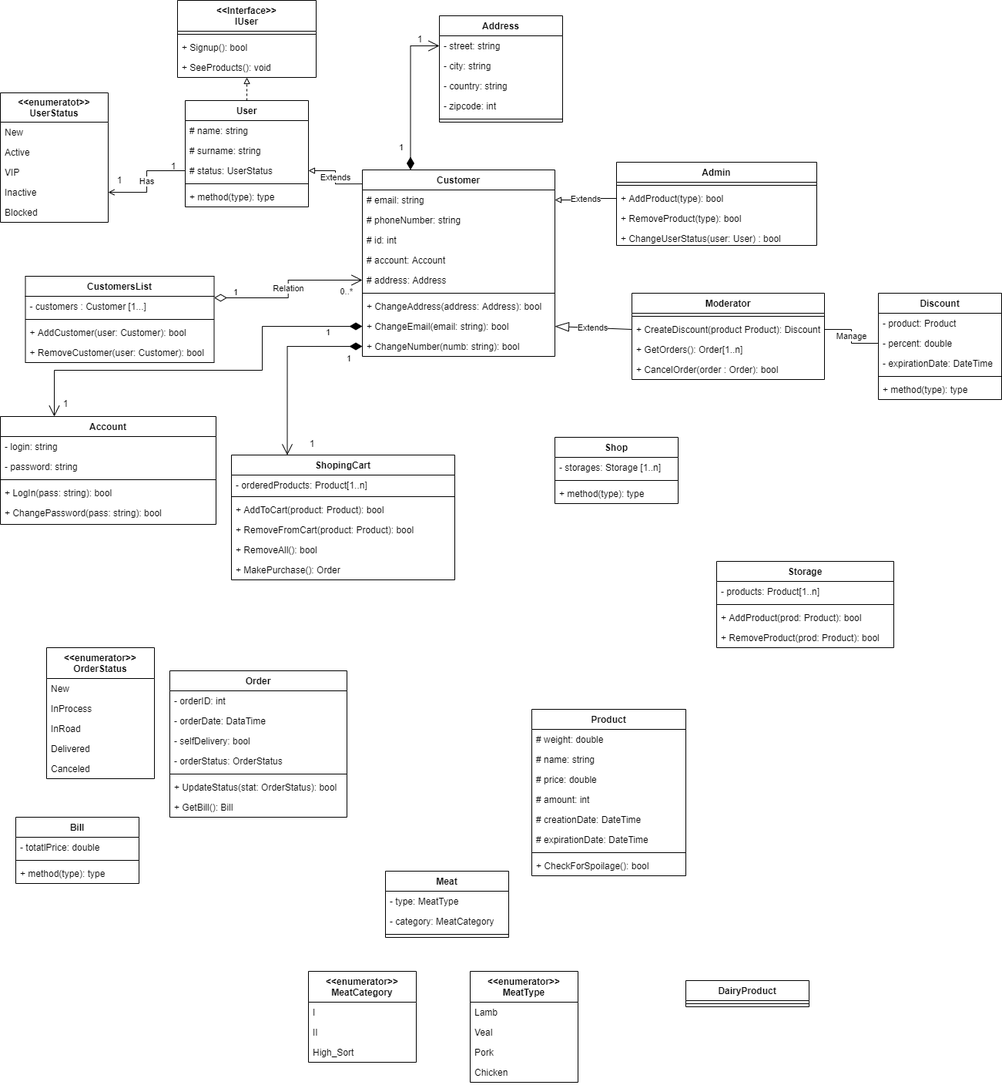
This is ShopConseptualUML.drawio.png from olh-msk/SigmaTask10, a draw.io export, as it was before one commit. Source tidied: cells renumbered, new cells last; positions are measured from the earlier drawing's top-left corner, leaving out a move shared by most shapes.
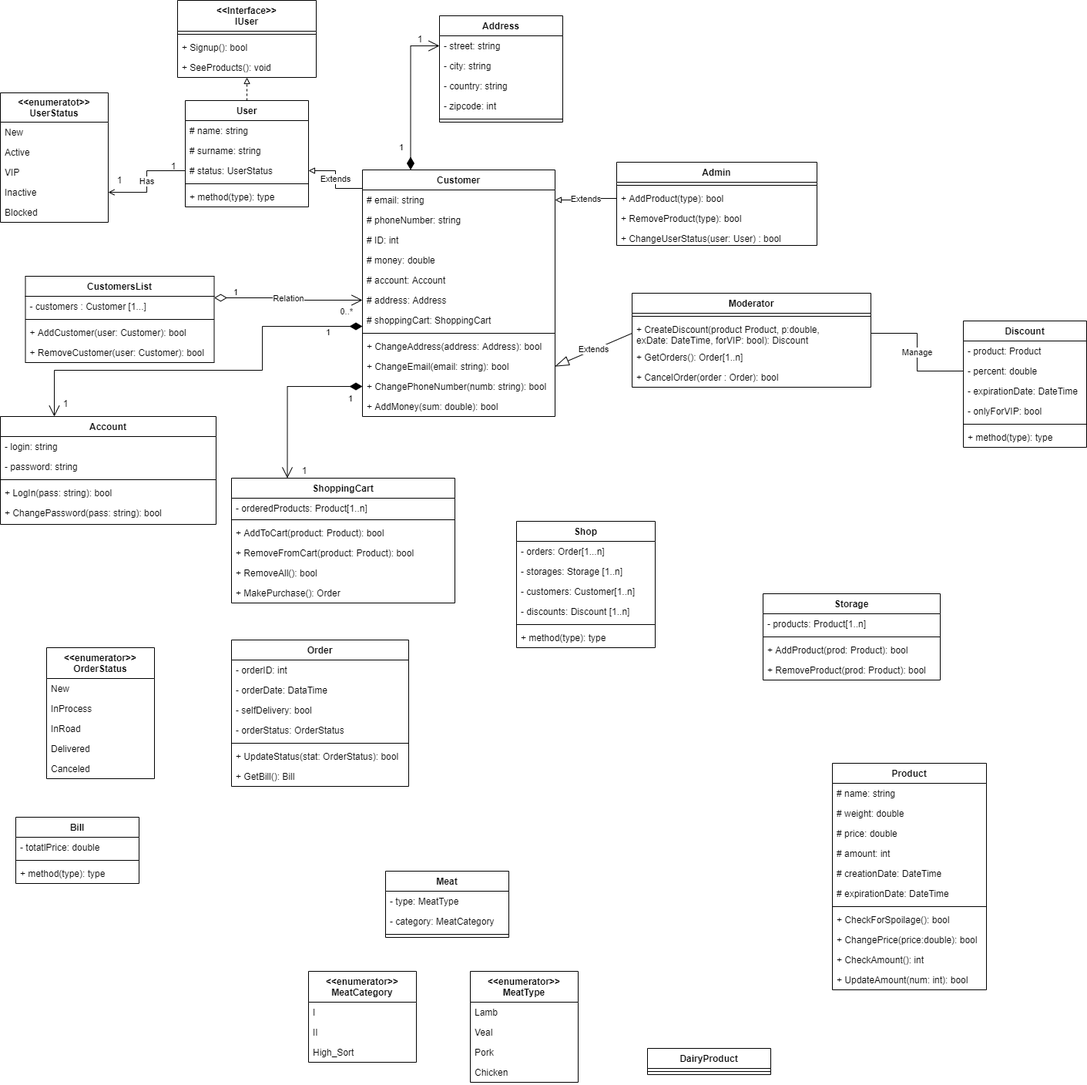
The same diagram one commit later.

Change to the diagram source:
```diff
@@ -15,7 +15,7 @@
       <mxGeometry y="74" width="180" height="26" as="geometry" />
     </mxCell>
     <mxCell id="6" value="Storage" style="swimlane;fontStyle=1;align=center;verticalAlign=top;horizontal=1;startSize=26;" parent="1" vertex="1">
-      <mxGeometry x="930" y="728" width="230" height="112" as="geometry" />
+      <mxGeometry x="990" y="770" width="230" height="112" as="geometry" />
     </mxCell>
     <mxCell id="7" value="- products: Product[1..n]" style="text;strokeColor=none;fillColor=none;align=left;verticalAlign=top;spacingLeft=4;spacingRight=4;overflow=hidden;" parent="6" vertex="1">
       <mxGeometry y="26" width="230" height="26" as="geometry" />
@@ -113,7 +113,7 @@
       <mxGeometry relative="1" as="geometry" />
     </mxCell>
     <mxCell id="37" value="Customer" style="swimlane;fontStyle=1;align=center;verticalAlign=top;horizontal=1;startSize=26;" parent="1" vertex="1">
-      <mxGeometry x="470" y="220" width="250" height="242" as="geometry" />
+      <mxGeometry x="470" y="220" width="250" height="320" as="geometry" />
     </mxCell>
     <mxCell id="38" value="# email: string" style="text;strokeColor=none;fillColor=none;align=left;verticalAlign=top;spacingLeft=4;spacingRight=4;overflow=hidden;points=[[0,0.5],[1,0.5]];portConstraint=eastwest;" parent="37" vertex="1">
       <mxGeometry y="26" width="250" height="26" as="geometry" />
@@ -121,29 +121,38 @@
     <mxCell id="39" value="# phoneNumber: string" style="text;strokeColor=none;fillColor=none;align=left;verticalAlign=top;spacingLeft=4;spacingRight=4;overflow=hidden;" parent="37" vertex="1">
       <mxGeometry y="52" width="250" height="26" as="geometry" />
     </mxCell>
-    <mxCell id="40" value="# id: int" style="text;strokeColor=none;fillColor=none;align=left;verticalAlign=top;spacingLeft=4;spacingRight=4;overflow=hidden;" parent="37" vertex="1">
+    <mxCell id="40" value="# ID: int" style="text;strokeColor=none;fillColor=none;align=left;verticalAlign=top;spacingLeft=4;spacingRight=4;overflow=hidden;" parent="37" vertex="1">
       <mxGeometry y="78" width="250" height="26" as="geometry" />
     </mxCell>
+    <mxCell id="136" value="# money: double" style="text;strokeColor=none;fillColor=none;align=left;verticalAlign=top;spacingLeft=4;spacingRight=4;overflow=hidden;" parent="37" vertex="1">
+      <mxGeometry y="104" width="250" height="26" as="geometry" />
+    </mxCell>
     <mxCell id="41" value="# account: Account" style="text;strokeColor=none;fillColor=none;align=left;verticalAlign=top;spacingLeft=4;spacingRight=4;overflow=hidden;" parent="37" vertex="1">
-      <mxGeometry y="104" width="250" height="26" as="geometry" />
+      <mxGeometry y="130" width="250" height="26" as="geometry" />
     </mxCell>
     <mxCell id="42" value="# address: Address" style="text;strokeColor=none;fillColor=none;align=left;verticalAlign=top;spacingLeft=4;spacingRight=4;overflow=hidden;points=[[0,0.5],[1,0.5]];portConstraint=eastwest;" parent="37" vertex="1">
-      <mxGeometry y="130" width="250" height="26" as="geometry" />
+      <mxGeometry y="156" width="250" height="26" as="geometry" />
     </mxCell>
+    <mxCell id="137" value="# shoppingCart: ShoppingCart" style="text;strokeColor=none;fillColor=none;align=left;verticalAlign=top;spacingLeft=4;spacingRight=4;overflow=hidden;" parent="37" vertex="1">
+      <mxGeometry y="182" width="250" height="26" as="geometry" />
+    </mxCell>
     <mxCell id="43" style="line;strokeWidth=1;fillColor=none;align=left;verticalAlign=middle;spacingTop=-1;spacingLeft=3;spacingRight=3;labelPosition=right;" parent="37" vertex="1">
-      <mxGeometry y="156" width="250" height="8" as="geometry" />
+      <mxGeometry y="208" width="250" height="8" as="geometry" />
     </mxCell>
     <mxCell id="44" value="+ ChangeAddress(address: Address): bool" style="text;strokeColor=none;fillColor=none;align=left;verticalAlign=top;spacingLeft=4;spacingRight=4;overflow=hidden;" parent="37" vertex="1">
-      <mxGeometry y="164" width="250" height="26" as="geometry" />
+      <mxGeometry y="216" width="250" height="26" as="geometry" />
     </mxCell>
     <mxCell id="45" value="+ ChangeEmail(email: string): bool" style="text;strokeColor=none;fillColor=none;align=left;verticalAlign=top;spacingLeft=4;spacingRight=4;overflow=hidden;points=[[0,0.5],[1,0.5]];portConstraint=eastwest;" parent="37" vertex="1">
-      <mxGeometry y="190" width="250" height="26" as="geometry" />
+      <mxGeometry y="242" width="250" height="26" as="geometry" />
     </mxCell>
-    <mxCell id="46" value="+ ChangeNumber(numb: string): bool" style="text;strokeColor=none;fillColor=none;align=left;verticalAlign=top;spacingLeft=4;spacingRight=4;overflow=hidden;points=[[0,0.5],[1,0.5]];portConstraint=eastwest;" parent="37" vertex="1">
-      <mxGeometry y="216" width="250" height="26" as="geometry" />
+    <mxCell id="46" value="+ ChangePhoneNumber(numb: string): bool" style="text;strokeColor=none;fillColor=none;align=left;verticalAlign=top;spacingLeft=4;spacingRight=4;overflow=hidden;points=[[0,0.5],[1,0.5]];portConstraint=eastwest;" parent="37" vertex="1">
+      <mxGeometry y="268" width="250" height="26" as="geometry" />
     </mxCell>
+    <mxCell id="138" value="+ AddMoney(sum: double): bool" style="text;strokeColor=none;fillColor=none;align=left;verticalAlign=top;spacingLeft=4;spacingRight=4;overflow=hidden;" parent="37" vertex="1">
+      <mxGeometry y="294" width="250" height="26" as="geometry" />
+    </mxCell>
-    <mxCell id="47" value="ShopingCart" style="swimlane;fontStyle=1;align=center;verticalAlign=top;horizontal=1;startSize=26;" parent="1" vertex="1">
-      <mxGeometry x="300" y="590" width="290" height="162" as="geometry" />
+    <mxCell id="47" value="ShoppingCart" style="swimlane;fontStyle=1;align=center;verticalAlign=top;horizontal=1;startSize=26;" parent="1" vertex="1">
+      <mxGeometry x="300" y="620" width="290" height="162" as="geometry" />
     </mxCell>
     <mxCell id="48" value="- orderedProducts: Product[1..n]" style="text;strokeColor=none;fillColor=none;align=left;verticalAlign=top;spacingLeft=4;spacingRight=4;overflow=hidden;" parent="47" vertex="1">
       <mxGeometry y="26" width="290" height="24" as="geometry" />
@@ -219,19 +228,19 @@
       </mxGeometry>
     </mxCell>
     <mxCell id="71" value="Moderator" style="swimlane;fontStyle=1;align=center;verticalAlign=top;horizontal=1;startSize=26;" parent="1" vertex="1">
-      <mxGeometry x="820" y="380" width="250" height="112" as="geometry" />
+      <mxGeometry x="820" y="380" width="310" height="122" as="geometry" />
     </mxCell>
     <mxCell id="72" style="line;strokeWidth=1;fillColor=none;align=left;verticalAlign=middle;spacingTop=-1;spacingLeft=3;spacingRight=3;labelPosition=right;" parent="71" vertex="1">
-      <mxGeometry y="26" width="250" height="8" as="geometry" />
+      <mxGeometry y="26" width="310" height="8" as="geometry" />
     </mxCell>
-    <mxCell id="73" value="+ CreateDiscount(product Product): Discount" style="text;strokeColor=none;fillColor=none;align=left;verticalAlign=top;spacingLeft=4;spacingRight=4;overflow=hidden;points=[[0,0.5],[1,0.5]];portConstraint=eastwest;" parent="71" vertex="1">
-      <mxGeometry y="34" width="250" height="26" as="geometry" />
+    <mxCell id="73" value="+ CreateDiscount(product Product, p:double,&#10;exDate: DateTime, forVIP: bool): Discount" style="text;strokeColor=none;fillColor=none;align=left;verticalAlign=top;spacingLeft=4;spacingRight=4;overflow=hidden;points=[[0,0.5],[1,0.5]];portConstraint=eastwest;" parent="71" vertex="1">
+      <mxGeometry y="34" width="310" height="36" as="geometry" />
     </mxCell>
     <mxCell id="74" value="+ GetOrders(): Order[1..n]" style="text;strokeColor=none;fillColor=none;align=left;verticalAlign=top;spacingLeft=4;spacingRight=4;overflow=hidden;" parent="71" vertex="1">
-      <mxGeometry y="60" width="250" height="26" as="geometry" />
+      <mxGeometry y="70" width="310" height="26" as="geometry" />
     </mxCell>
     <mxCell id="75" value="+ CancelOrder(order : Order): bool" style="text;strokeColor=none;fillColor=none;align=left;verticalAlign=top;spacingLeft=4;spacingRight=4;overflow=hidden;" parent="71" vertex="1">
-      <mxGeometry y="86" width="250" height="26" as="geometry" />
+      <mxGeometry y="96" width="310" height="26" as="geometry" />
     </mxCell>
     <mxCell id="76" value="1" style="endArrow=open;html=1;endSize=12;startArrow=diamondThin;startSize=14;startFill=1;edgeStyle=orthogonalEdgeStyle;align=left;verticalAlign=bottom;rounded=0;exitX=0;exitY=0.5;exitDx=0;exitDy=0;entryX=0.25;entryY=0;entryDx=0;entryDy=0;" parent="1" edge="1" target="30">
       <mxGeometry x="-0.81" y="17" relative="1" as="geometry">
@@ -255,14 +264,14 @@
       <mxGeometry x="530" y="45" width="30" height="10" as="geometry" />
     </mxCell>
     <mxCell id="80" value="Product" style="swimlane;fontStyle=1;align=center;verticalAlign=top;horizontal=1;startSize=26;" parent="1" vertex="1">
-      <mxGeometry x="690" y="920" width="200" height="216" as="geometry" />
+      <mxGeometry x="1080" y="990" width="200" height="294" as="geometry" />
     </mxCell>
+    <mxCell id="82" value="# name: string" style="text;strokeColor=none;fillColor=none;align=left;verticalAlign=top;spacingLeft=4;spacingRight=4;overflow=hidden;" parent="80" vertex="1">
+      <mxGeometry y="26" width="200" height="26" as="geometry" />
+    </mxCell>
     <mxCell id="81" value="# weight: double" style="text;strokeColor=none;fillColor=none;align=left;verticalAlign=top;spacingLeft=4;spacingRight=4;overflow=hidden;" parent="80" vertex="1">
-      <mxGeometry y="26" width="200" height="26" as="geometry" />
+      <mxGeometry y="52" width="200" height="26" as="geometry" />
     </mxCell>
-    <mxCell id="82" value="# name: string" style="text;strokeColor=none;fillColor=none;align=left;verticalAlign=top;spacingLeft=4;spacingRight=4;overflow=hidden;" parent="80" vertex="1">
-      <mxGeometry y="52" width="200" height="26" as="geometry" />
-    </mxCell>
     <mxCell id="83" value="# price: double" style="text;strokeColor=none;fillColor=none;align=left;verticalAlign=top;spacingLeft=4;spacingRight=4;overflow=hidden;" parent="80" vertex="1">
       <mxGeometry y="78" width="200" height="26" as="geometry" />
     </mxCell>
@@ -281,6 +290,15 @@
     <mxCell id="88" value="+ CheckForSpoilage(): bool" style="text;strokeColor=none;fillColor=none;align=left;verticalAlign=top;spacingLeft=4;spacingRight=4;overflow=hidden;" parent="80" vertex="1">
       <mxGeometry y="190" width="200" height="26" as="geometry" />
     </mxCell>
+    <mxCell id="139" value="+ ChangePrice(price:double): bool" style="text;strokeColor=none;fillColor=none;align=left;verticalAlign=top;spacingLeft=4;spacingRight=4;overflow=hidden;" parent="80" vertex="1">
+      <mxGeometry y="216" width="200" height="26" as="geometry" />
+    </mxCell>
+    <mxCell id="140" value="+ CheckAmount(): int" style="text;strokeColor=none;fillColor=none;align=left;verticalAlign=top;spacingLeft=4;spacingRight=4;overflow=hidden;" parent="80" vertex="1">
+      <mxGeometry y="242" width="200" height="26" as="geometry" />
+    </mxCell>
+    <mxCell id="141" value="+ UpdateAmount(num: int): bool" style="text;strokeColor=none;fillColor=none;align=left;verticalAlign=top;spacingLeft=4;spacingRight=4;overflow=hidden;" parent="80" vertex="1">
+      <mxGeometry y="268" width="200" height="26" as="geometry" />
+    </mxCell>
     <mxCell id="89" value="Bill" style="swimlane;fontStyle=1;align=center;verticalAlign=top;horizontal=1;startSize=26;" parent="1" vertex="1">
       <mxGeometry x="20" y="1060" width="160" height="86" as="geometry" />
     </mxCell>
@@ -294,7 +312,7 @@
       <mxGeometry y="60" width="160" height="26" as="geometry" />
     </mxCell>
     <mxCell id="93" value="Order" style="swimlane;fontStyle=1;align=center;verticalAlign=top;horizontal=1;startSize=26;" parent="1" vertex="1">
-      <mxGeometry x="220" y="870" width="230" height="190" as="geometry" />
+      <mxGeometry x="300" y="830" width="230" height="190" as="geometry" />
     </mxCell>
     <mxCell id="94" value="- orderID: int" style="text;strokeColor=none;fillColor=none;align=left;verticalAlign=top;spacingLeft=4;spacingRight=4;overflow=hidden;" parent="93" vertex="1">
       <mxGeometry y="26" width="230" height="26" as="geometry" />
@@ -318,22 +336,31 @@
       <mxGeometry y="164" width="230" height="26" as="geometry" />
     </mxCell>
     <mxCell id="101" value="Shop" style="swimlane;fontStyle=1;align=center;verticalAlign=top;horizontal=1;startSize=26;" parent="1" vertex="1">
-      <mxGeometry x="720" y="567" width="160" height="86" as="geometry" />
+      <mxGeometry x="670" y="676" width="180" height="164" as="geometry" />
     </mxCell>
+    <mxCell id="142" value="- orders: Order[1...n]" style="text;strokeColor=none;fillColor=none;align=left;verticalAlign=top;spacingLeft=4;spacingRight=4;overflow=hidden;" parent="101" vertex="1">
+      <mxGeometry y="26" width="180" height="26" as="geometry" />
+    </mxCell>
     <mxCell id="102" value="- storages: Storage [1..n]" style="text;strokeColor=none;fillColor=none;align=left;verticalAlign=top;spacingLeft=4;spacingRight=4;overflow=hidden;" parent="101" vertex="1">
-      <mxGeometry y="26" width="160" height="26" as="geometry" />
+      <mxGeometry y="52" width="180" height="26" as="geometry" />
     </mxCell>
+    <mxCell id="143" value="- customers: Customer[1..n]" style="text;strokeColor=none;fillColor=none;align=left;verticalAlign=top;spacingLeft=4;spacingRight=4;overflow=hidden;" parent="101" vertex="1">
+      <mxGeometry y="78" width="180" height="26" as="geometry" />
+    </mxCell>
+    <mxCell id="144" value="- discounts: Discount [1..n]" style="text;strokeColor=none;fillColor=none;align=left;verticalAlign=top;spacingLeft=4;spacingRight=4;overflow=hidden;" parent="101" vertex="1">
+      <mxGeometry y="104" width="180" height="26" as="geometry" />
+    </mxCell>
     <mxCell id="103" style="line;strokeWidth=1;fillColor=none;align=left;verticalAlign=middle;spacingTop=-1;spacingLeft=3;spacingRight=3;labelPosition=right;" parent="101" vertex="1">
-      <mxGeometry y="52" width="160" height="8" as="geometry" />
+      <mxGeometry y="130" width="180" height="8" as="geometry" />
     </mxCell>
     <mxCell id="104" value="+ method(type): type" style="text;strokeColor=none;fillColor=none;align=left;verticalAlign=top;spacingLeft=4;spacingRight=4;overflow=hidden;" parent="101" vertex="1">
-      <mxGeometry y="60" width="160" height="26" as="geometry" />
+      <mxGeometry y="138" width="180" height="26" as="geometry" />
     </mxCell>
     <mxCell id="105" value="Extends" style="endArrow=blockThin;endSize=16;endFill=0;html=1;rounded=0;entryX=1;entryY=0.5;entryDx=0;entryDy=0;exitX=0;exitY=0.5;exitDx=0;exitDy=0;" parent="1" edge="1" source="73" target="45">
       <mxGeometry relative="1" as="geometry" />
     </mxCell>
     <mxCell id="106" value="Discount" style="swimlane;fontStyle=1;align=center;verticalAlign=top;horizontal=1;startSize=26;" parent="1" vertex="1">
-      <mxGeometry x="1140" y="380" width="160" height="138" as="geometry" />
+      <mxGeometry x="1250" y="416" width="160" height="164" as="geometry" />
     </mxCell>
     <mxCell id="107" value="- product: Product" style="text;strokeColor=none;fillColor=none;align=left;verticalAlign=top;spacingLeft=4;spacingRight=4;overflow=hidden;" parent="106" vertex="1">
       <mxGeometry y="26" width="160" height="26" as="geometry" />
@@ -344,11 +371,14 @@
     <mxCell id="109" value="- expirationDate: DateTime" style="text;strokeColor=none;fillColor=none;align=left;verticalAlign=top;spacingLeft=4;spacingRight=4;overflow=hidden;" parent="106" vertex="1">
       <mxGeometry y="78" width="160" height="26" as="geometry" />
     </mxCell>
+    <mxCell id="145" value="- onlyForVIP: bool" style="text;strokeColor=none;fillColor=none;align=left;verticalAlign=top;spacingLeft=4;spacingRight=4;overflow=hidden;" parent="106" vertex="1">
+      <mxGeometry y="104" width="160" height="26" as="geometry" />
+    </mxCell>
     <mxCell id="110" style="line;strokeWidth=1;fillColor=none;align=left;verticalAlign=middle;spacingTop=-1;spacingLeft=3;spacingRight=3;labelPosition=right;" parent="106" vertex="1">
-      <mxGeometry y="104" width="160" height="8" as="geometry" />
+      <mxGeometry y="130" width="160" height="8" as="geometry" />
     </mxCell>
     <mxCell id="111" value="+ method(type): type" style="text;strokeColor=none;fillColor=none;align=left;verticalAlign=top;spacingLeft=4;spacingRight=4;overflow=hidden;" parent="106" vertex="1">
-      <mxGeometry y="112" width="160" height="26" as="geometry" />
+      <mxGeometry y="138" width="160" height="26" as="geometry" />
     </mxCell>
     <mxCell id="112" value="&lt;&lt;enumerator&gt;&gt;&#10;OrderStatus" style="swimlane;fontStyle=1;horizontal=1;startSize=40;fillColor=none;" parent="1" vertex="1">
       <mxGeometry x="60" y="840" width="140" height="170" as="geometry" />
@@ -375,7 +405,7 @@
       <mxGeometry x="-0.81" y="25" relative="1" as="geometry" />
     </mxCell>
     <mxCell id="120" value="1" style="text;html=1;strokeColor=none;fillColor=none;align=center;verticalAlign=middle;whiteSpace=wrap;rounded=0;" parent="1" vertex="1">
-      <mxGeometry x="390" y="570" width="30" height="10" as="geometry" />
+      <mxGeometry x="380" y="605" width="30" height="10" as="geometry" />
     </mxCell>
     <mxCell id="121" value="Meat" style="swimlane;fontStyle=1;align=center;verticalAlign=top;horizontal=1;startSize=26;" parent="1" vertex="1">
       <mxGeometry x="500" y="1130" width="160" height="86" as="geometry" />
@@ -390,7 +420,7 @@
       <mxGeometry y="78" width="160" height="8" as="geometry" />
     </mxCell>
     <mxCell id="125" value="DairyProduct" style="swimlane;fontStyle=1;align=center;verticalAlign=top;horizontal=1;startSize=26;" parent="1" vertex="1">
-      <mxGeometry x="890" y="1272" width="160" height="34" as="geometry" />
+      <mxGeometry x="840" y="1360" width="160" height="34" as="geometry" />
     </mxCell>
     <mxCell id="126" style="line;strokeWidth=1;fillColor=none;align=left;verticalAlign=middle;spacingTop=-1;spacingLeft=3;spacingRight=3;labelPosition=right;" parent="125" vertex="1">
       <mxGeometry y="26" width="160" height="8" as="geometry" />
```
